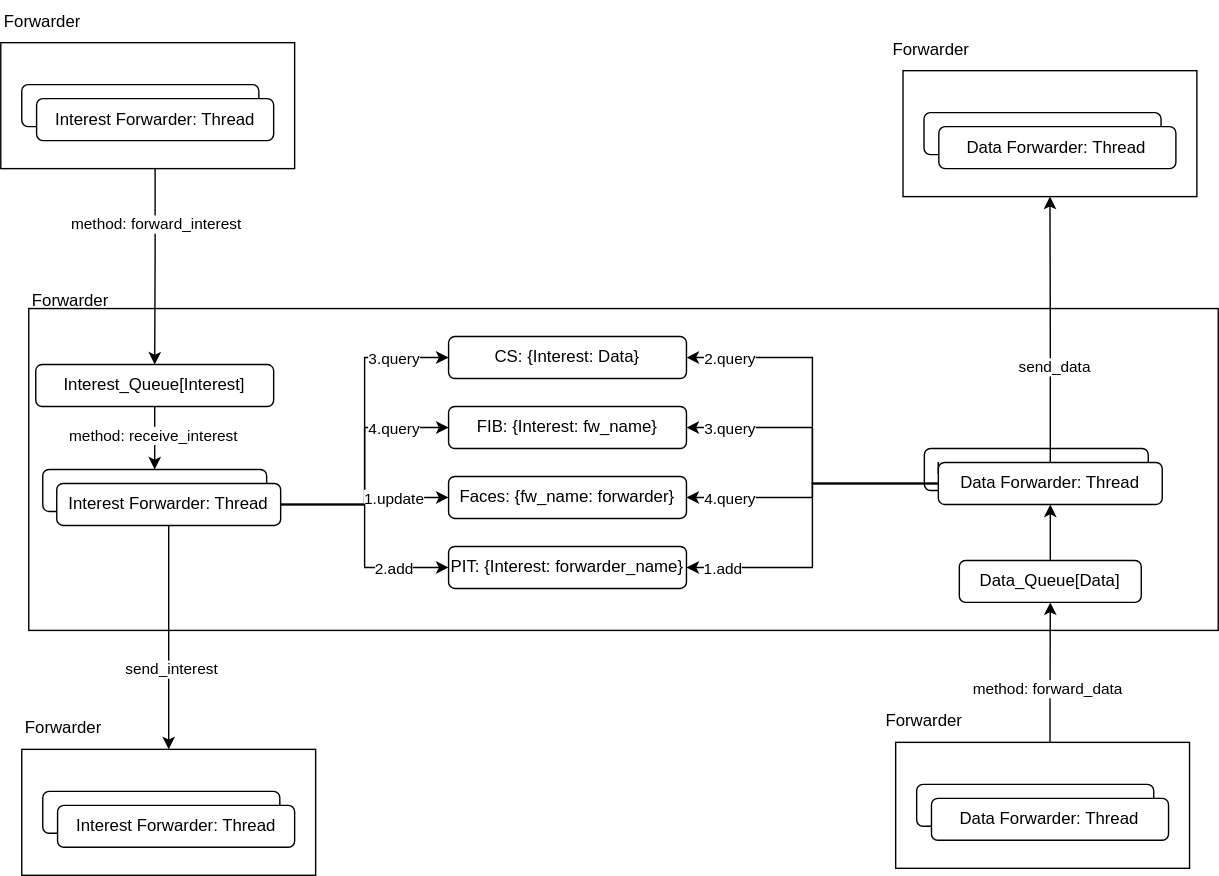
ViGeng/qoc keeps this draw.io diagram as diagrams.svg. Above is the earlier version. Source tidied: cells renumbered, new cells last; positions are measured from the earlier drawing's top-left corner, leaving out a move shared by most shapes.
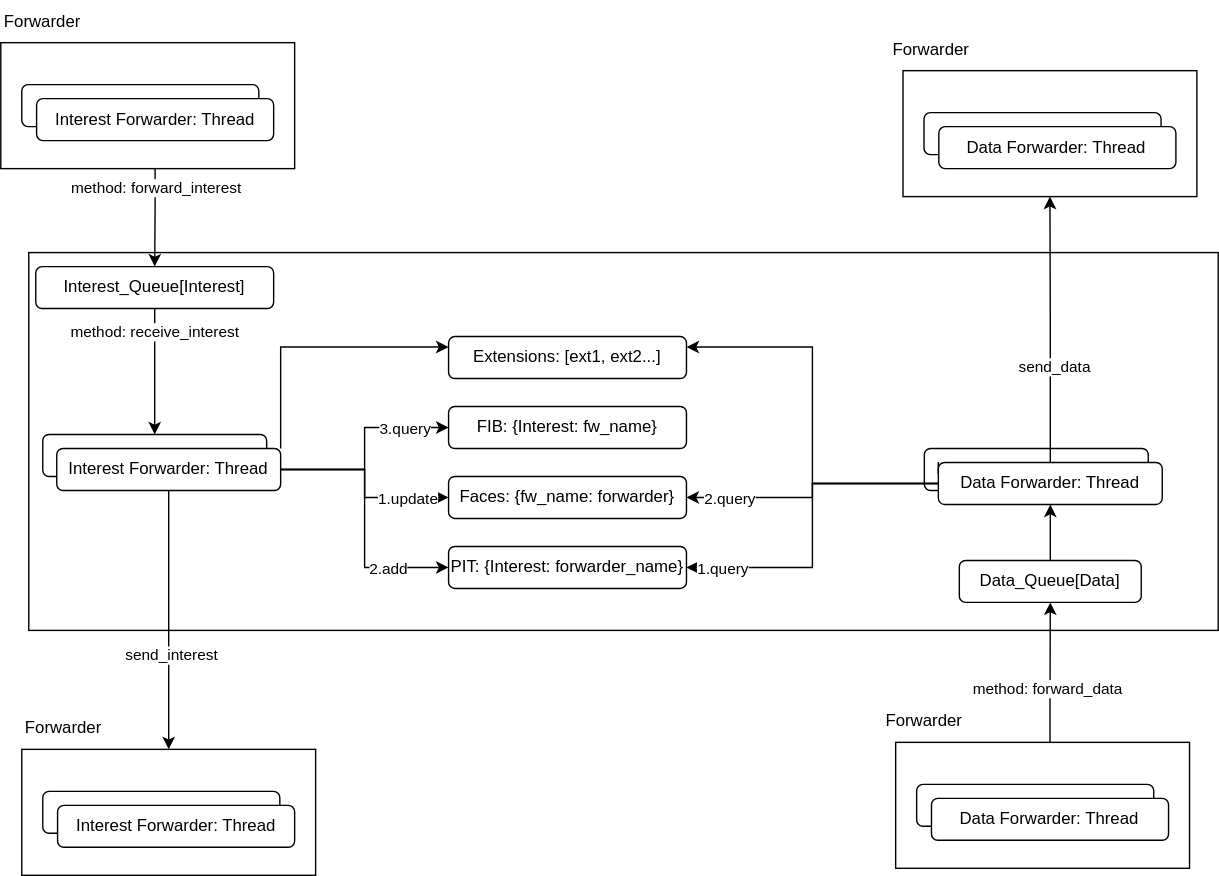
The same diagram one commit later.

What changed in the source:
```diff
@@ -6,7 +6,7 @@
       <mxGeometry x="20" y="200" width="60" height="30" as="geometry" />
     </mxCell>
     <mxCell id="3" style="rounded=0;whiteSpace=wrap;html=1;" parent="1" vertex="1">
-      <mxGeometry x="20" y="220" width="850" height="230" as="geometry" />
+      <mxGeometry x="20" y="180" width="850" height="270" as="geometry" />
     </mxCell>
     <mxCell id="4" value="&lt;span style=&quot;text-align: left;&quot;&gt;Faces:&amp;nbsp;&lt;/span&gt;&lt;span style=&quot;text-align: left;&quot;&gt;{fw_name: forwarder}&lt;/span&gt;" style="rounded=1;whiteSpace=wrap;html=1;" parent="1" vertex="1">
       <mxGeometry x="320" y="340" width="170" height="30" as="geometry" />
@@ -17,39 +17,28 @@
     <mxCell id="6" value="&lt;span style=&quot;text-align: left;&quot;&gt;PIT: {Interest: forwarder_name}&lt;/span&gt;" style="rounded=1;whiteSpace=wrap;html=1;" parent="1" vertex="1">
       <mxGeometry x="320" y="390" width="170" height="30" as="geometry" />
     </mxCell>
-    <mxCell id="7" value="&lt;span style=&quot;text-align: left;&quot;&gt;CS: {Interest: Data}&lt;/span&gt;" style="rounded=1;whiteSpace=wrap;html=1;" parent="1" vertex="1">
-      <mxGeometry x="320" y="240" width="170" height="30" as="geometry" />
-    </mxCell>
     <mxCell id="8" style="edgeStyle=orthogonalEdgeStyle;rounded=0;jettySize=auto;html=1;entryX=0.5;entryY=0;entryDx=0;entryDy=0;" parent="1" edge="1" source="18" target="22">
       <mxGeometry relative="1" as="geometry" />
     </mxCell>
     <mxCell id="9" value="method: receive_interest" style="edgeLabel;html=1;align=center;verticalAlign=middle;" parent="8" vertex="1">
-      <mxGeometry x="-0.12" y="-2" relative="1" as="geometry" />
+      <mxGeometry x="-0.12" y="-2" relative="1" as="geometry">
+        <mxPoint x="1" y="-23" as="offset" />
+      </mxGeometry>
     </mxCell>
-    <mxCell id="10" style="edgeStyle=orthogonalEdgeStyle;rounded=0;jettySize=auto;html=1;entryX=0;entryY=0.5;entryDx=0;entryDy=0;exitX=1;exitY=0.5;exitDx=0;exitDy=0;" parent="1" edge="1" source="23" target="7">
-      <mxGeometry relative="1" as="geometry" />
-    </mxCell>
-    <mxCell id="11" value="3.query" style="edgeLabel;html=1;align=center;verticalAlign=middle;" parent="10" vertex="1">
-      <mxGeometry x="0.37" y="-2" relative="1" as="geometry">
-        <mxPoint x="18" y="-11" as="offset" />
-      </mxGeometry>
-    </mxCell>
     <mxCell id="12" style="edgeStyle=orthogonalEdgeStyle;rounded=0;jettySize=auto;html=1;entryX=0;entryY=0.5;entryDx=0;entryDy=0;exitX=1;exitY=0.5;exitDx=0;exitDy=0;" parent="1" edge="1" source="23" target="5">
       <mxGeometry relative="1" as="geometry" />
     </mxCell>
-    <mxCell id="13" value="4.query" style="edgeLabel;html=1;align=center;verticalAlign=middle;" parent="12" vertex="1">
+    <mxCell id="13" value="3.query" style="edgeLabel;html=1;align=center;verticalAlign=middle;" parent="12" vertex="1">
       <mxGeometry x="0.39" y="4" relative="1" as="geometry">
         <mxPoint x="13" y="4" as="offset" />
       </mxGeometry>
     </mxCell>
-    <mxCell id="14" style="edgeStyle=orthogonalEdgeStyle;rounded=0;jettySize=auto;html=1;entryX=0;entryY=0.5;entryDx=0;entryDy=0;" parent="1" edge="1" target="4">
-      <mxGeometry relative="1" as="geometry">
-        <mxPoint x="200" y="360" as="sourcePoint" />
-      </mxGeometry>
+    <mxCell id="14" style="edgeStyle=orthogonalEdgeStyle;rounded=0;jettySize=auto;html=1;entryX=0;entryY=0.5;entryDx=0;entryDy=0;exitX=1;exitY=0.5;exitDx=0;exitDy=0;" parent="1" edge="1" source="23" target="4">
+      <mxGeometry relative="1" as="geometry" />
     </mxCell>
     <mxCell id="15" value="1.update" style="edgeLabel;html=1;align=center;verticalAlign=middle;" parent="14" vertex="1">
       <mxGeometry x="0.6" y="1" relative="1" as="geometry">
-        <mxPoint x="-15" y="1" as="offset" />
+        <mxPoint x="-2" y="1" as="offset" />
       </mxGeometry>
     </mxCell>
     <mxCell id="16" style="edgeStyle=orthogonalEdgeStyle;rounded=0;jettySize=auto;html=1;entryX=0;entryY=0.5;entryDx=0;entryDy=0;exitX=1;exitY=0.5;exitDx=0;exitDy=0;" parent="1" edge="1" source="23" target="6">
@@ -61,7 +50,7 @@
       </mxGeometry>
     </mxCell>
     <mxCell id="18" value="&lt;div style=&quot;text-align: left;&quot;&gt;&lt;span style=&quot;background-color: initial;&quot;&gt;Interest_Queue[Interest]&lt;/span&gt;&lt;/div&gt;" style="rounded=1;whiteSpace=wrap;html=1;" parent="1" vertex="1">
-      <mxGeometry x="25" y="260" width="170" height="30" as="geometry" />
+      <mxGeometry x="25" y="190" width="170" height="30" as="geometry" />
     </mxCell>
     <mxCell id="19" style="edgeStyle=orthogonalEdgeStyle;rounded=0;jettySize=auto;html=1;entryX=0.5;entryY=1;entryDx=0;entryDy=0;" parent="1" edge="1" source="20" target="26">
       <mxGeometry relative="1" as="geometry" />
@@ -70,7 +59,7 @@
       <mxGeometry x="685" y="400" width="130" height="30" as="geometry" />
     </mxCell>
     <mxCell id="21" style="group;" parent="1" vertex="1">
-      <mxGeometry x="30" y="335" width="170" height="40" as="geometry" />
+      <mxGeometry x="30" y="310" width="170" height="40" as="geometry" />
     </mxCell>
     <mxCell id="22" value="&lt;div style=&quot;text-align: left;&quot;&gt;&lt;span style=&quot;background-color: initial;&quot;&gt;Data Forwarder: Thread&lt;/span&gt;&lt;/div&gt;" style="rounded=1;whiteSpace=wrap;html=1;" parent="21" vertex="1">
       <mxGeometry width="160" height="30" as="geometry" />
@@ -99,18 +88,10 @@
     <mxCell id="30" value="method: forward_data" style="edgeLabel;html=1;align=center;verticalAlign=middle;" parent="29" vertex="1">
       <mxGeometry x="0.13" y="3" relative="1" as="geometry" />
     </mxCell>
-    <mxCell id="31" style="edgeStyle=orthogonalEdgeStyle;rounded=0;jettySize=auto;html=1;entryX=1;entryY=0.5;entryDx=0;entryDy=0;" parent="1" edge="1" source="26" target="7">
-      <mxGeometry relative="1" as="geometry" />
-    </mxCell>
-    <mxCell id="32" value="2.query" style="edgeLabel;html=1;align=center;verticalAlign=middle;" parent="31" vertex="1">
-      <mxGeometry x="0.76" y="1" relative="1" as="geometry">
-        <mxPoint x="-2" y="-1" as="offset" />
-      </mxGeometry>
-    </mxCell>
     <mxCell id="33" style="edgeStyle=orthogonalEdgeStyle;rounded=0;jettySize=auto;html=1;entryX=1;entryY=0.5;entryDx=0;entryDy=0;" parent="1" edge="1" source="26" target="4">
       <mxGeometry relative="1" as="geometry" />
     </mxCell>
-    <mxCell id="34" value="4.query" style="edgeLabel;html=1;align=center;verticalAlign=middle;" parent="33" vertex="1">
+    <mxCell id="34" value="2.query" style="edgeLabel;html=1;align=center;verticalAlign=middle;" parent="33" vertex="1">
       <mxGeometry x="0.74" y="1" relative="1" as="geometry">
         <mxPoint x="5" y="-1" as="offset" />
       </mxGeometry>
@@ -118,17 +99,9 @@
     <mxCell id="35" style="edgeStyle=orthogonalEdgeStyle;rounded=0;jettySize=auto;html=1;entryX=1;entryY=0.5;entryDx=0;entryDy=0;" parent="1" edge="1" source="26" target="6">
       <mxGeometry relative="1" as="geometry" />
     </mxCell>
-    <mxCell id="36" value="1.add" style="edgeLabel;html=1;align=center;verticalAlign=middle;" parent="35" vertex="1">
+    <mxCell id="36" value="1.query" style="edgeLabel;html=1;align=center;verticalAlign=middle;" parent="35" vertex="1">
       <mxGeometry x="0.79" relative="1" as="geometry" />
     </mxCell>
-    <mxCell id="37" style="edgeStyle=orthogonalEdgeStyle;rounded=0;jettySize=auto;html=1;entryX=1;entryY=0.5;entryDx=0;entryDy=0;" parent="1" edge="1" source="26" target="5">
-      <mxGeometry relative="1" as="geometry" />
-    </mxCell>
-    <mxCell id="38" value="3.query" style="edgeLabel;html=1;align=center;verticalAlign=middle;" parent="37" vertex="1">
-      <mxGeometry x="0.77" relative="1" as="geometry">
-        <mxPoint x="5" as="offset" />
-      </mxGeometry>
-    </mxCell>
     <mxCell id="39" style="group;" parent="1" vertex="1">
       <mxGeometry x="630" y="500" width="219.5" height="120" as="geometry" />
     </mxCell>
@@ -213,5 +186,17 @@
     <mxCell id="66" value="send_interest" style="edgeLabel;html=1;align=center;verticalAlign=middle;" parent="65" vertex="1">
       <mxGeometry x="0.27" y="1" relative="1" as="geometry" />
     </mxCell>
+    <mxCell id="67" value="&lt;span style=&quot;text-align: left;&quot;&gt;Extensions: [ext1, ext2...]&lt;/span&gt;" style="rounded=1;whiteSpace=wrap;html=1;" parent="1" vertex="1">
+      <mxGeometry x="320" y="240" width="170" height="30" as="geometry" />
+    </mxCell>
+    <mxCell id="68" style="edgeStyle=orthogonalEdgeStyle;rounded=0;jettySize=auto;html=1;exitX=1;exitY=0;exitDx=0;exitDy=0;entryX=0;entryY=0.5;entryDx=0;entryDy=0;strokeColor=none;" parent="1" edge="1" source="22" target="67">
+      <mxGeometry relative="1" as="geometry" />
+    </mxCell>
+    <mxCell id="69" style="edgeStyle=orthogonalEdgeStyle;rounded=0;jettySize=auto;html=1;exitX=1;exitY=0;exitDx=0;exitDy=0;entryX=0;entryY=0.25;entryDx=0;entryDy=0;" parent="1" edge="1" source="23" target="67">
+      <mxGeometry relative="1" as="geometry" />
+    </mxCell>
+    <mxCell id="70" style="edgeStyle=orthogonalEdgeStyle;rounded=0;jettySize=auto;html=1;exitX=0;exitY=0.5;exitDx=0;exitDy=0;entryX=1;entryY=0.25;entryDx=0;entryDy=0;" parent="1" edge="1" source="26" target="67">
+      <mxGeometry relative="1" as="geometry" />
+    </mxCell>
   </root>
 </mxGraphModel>
```
